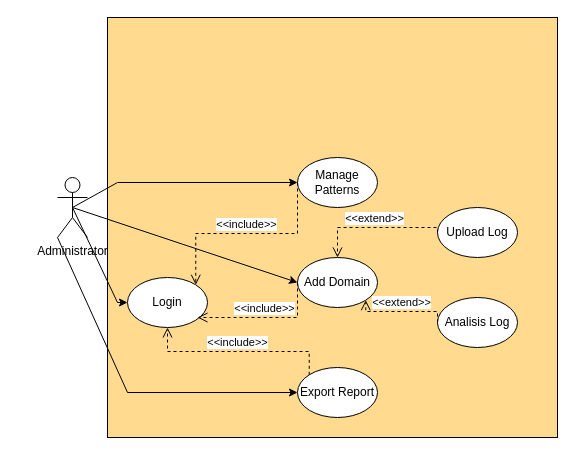
Earlier version of the draw.io diagram page "Use Case Diagram" (2 of 8) of Cara Kerja Aplikasi TA.drawio (zelsaddr/All-Diagrams). Source tidied: cells renumbered, new cells numbered last; positions are measured from the earlier drawing's top-left corner, leaving out a move shared by most shapes. Both pictures are drawn from the tidied source at 100%, with x=0, y=0 at pixel (57, 17).
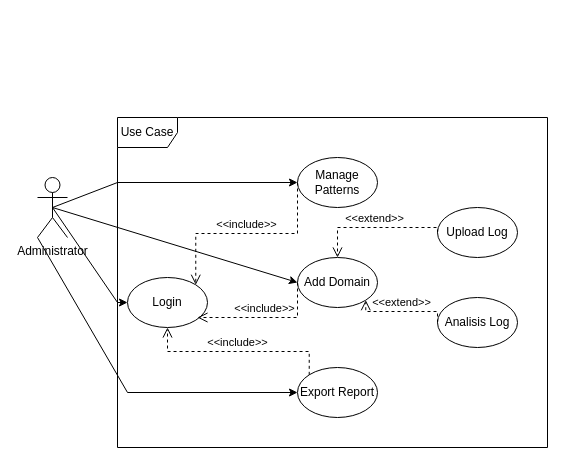
Above is the later version.

Diff of the diagram source:
```diff
@@
-    <mxCell id="2" style="rounded=0;whiteSpace=wrap;html=1;fillColor=#FFDA8F;" parent="1" vertex="1">
-      <mxGeometry x="50" width="450" height="420" as="geometry" />
-    </mxCell>
     <mxCell id="3" value="Administrator" style="shape=umlActor;verticalLabelPosition=bottom;verticalAlign=top;html=1;outlineConnect=0;" parent="1" vertex="1">
-      <mxGeometry y="160" width="30" height="60" as="geometry" />
+      <mxGeometry x="-20" y="160" width="30" height="60" as="geometry" />
     </mxCell>
@@
+    <mxCell id="19" value="Use Case" style="shape=umlFrame;whiteSpace=wrap;html=1;" parent="1" vertex="1">
+      <mxGeometry x="60" y="100" width="430" height="330" as="geometry" />
+    </mxCell>
```
